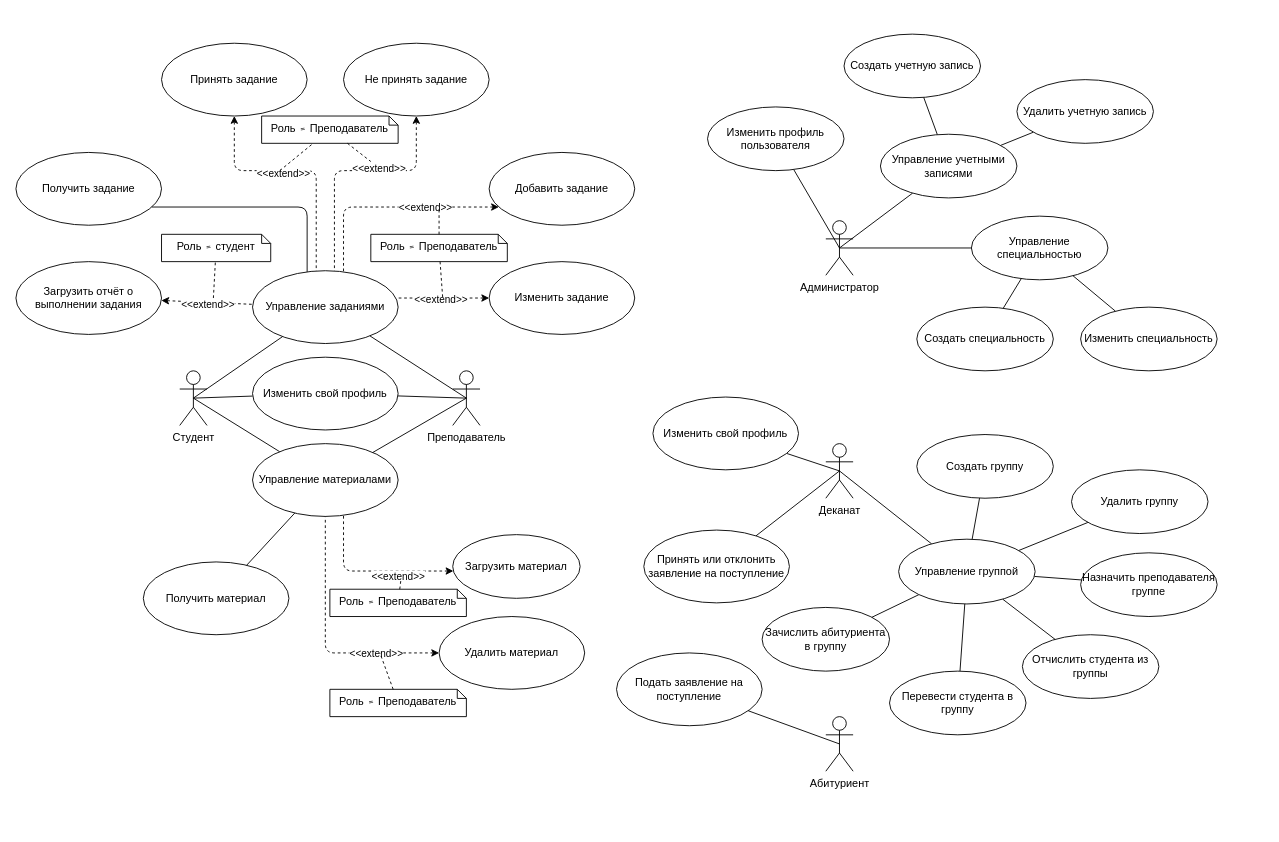
Before: Fundamentals_of_Software_Engineering/doc/2 anal/диаграмма прецедентов.drawio in Lichuhah/SUAI_5sem, a draw.io diagram. Source tidied: cells renumbered, new cells numbered last; positions are measured from the earlier drawing's top-left corner, leaving out a move shared by most shapes. Both pictures are drawn from the tidied source at 91%, with x=0, y=0 at pixel (15, 34).
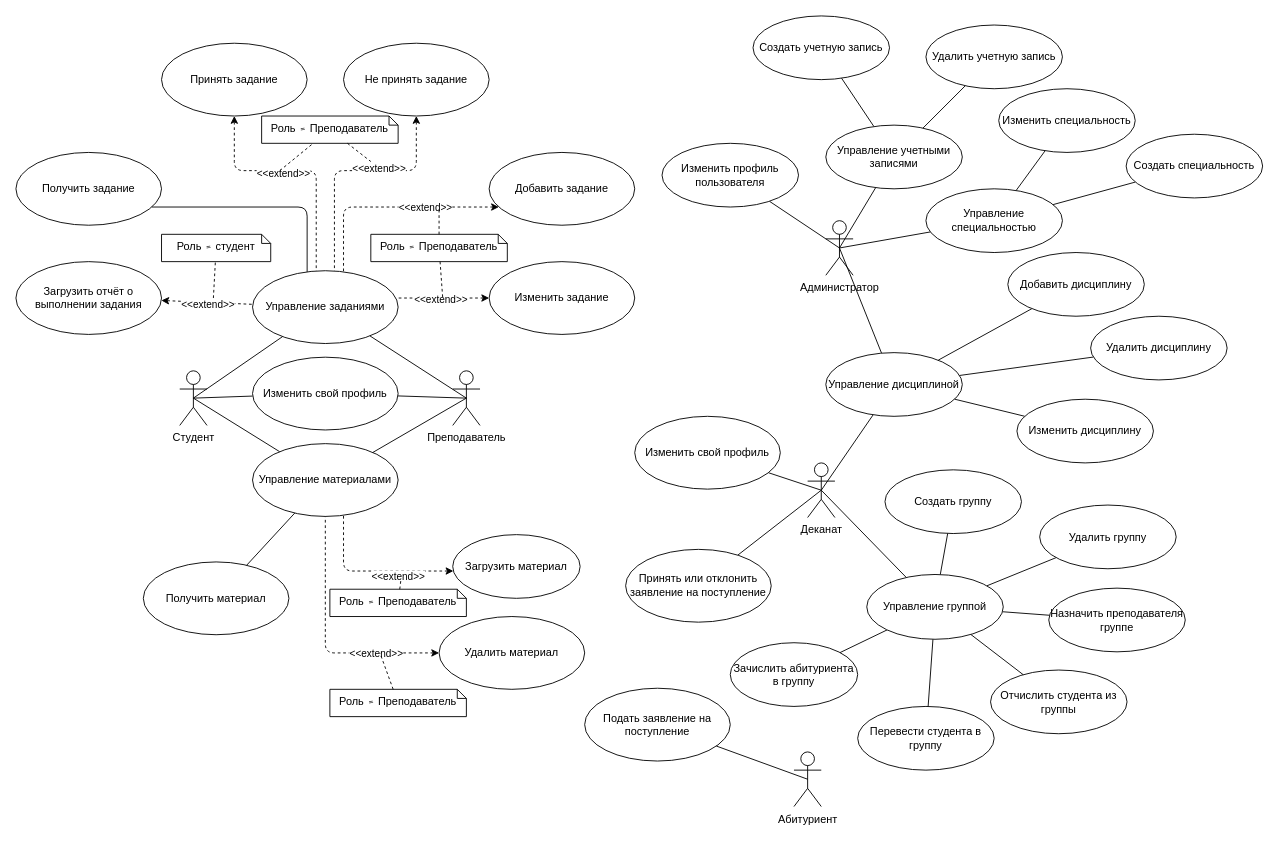
The same diagram, later.

Commit message (it also covers changes not shown here):
Добавил управление дисциплин в use-case и допилил документ №1 (Надеюсь)

The change refers to these unchanged cells:
```xml
<mxCell id="3" value="Администратор" style="shape=umlActor;verticalLabelPosition=bottom;verticalAlign=top;html=1;outlineConnect=0;" parent="1" vertex="1">
  <mxGeometry x="890" y="205" width="30" height="60" as="geometry" />
</mxCell>
```

The edit, as a diff of the source:
```diff
@@
     <mxCell id="6" value="Абитуриент" style="shape=umlActor;verticalLabelPosition=bottom;verticalAlign=top;html=1;outlineConnect=0;" parent="1" vertex="1">
-      <mxGeometry x="890" y="750" width="30" height="60" as="geometry" />
+      <mxGeometry x="855" y="788.8" width="30" height="60" as="geometry" />
     </mxCell>
     <mxCell id="7" value="Деканат" style="shape=umlActor;verticalLabelPosition=bottom;verticalAlign=top;html=1;outlineConnect=0;" parent="1" vertex="1">
-      <mxGeometry x="890" y="450" width="30" height="60" as="geometry" />
+      <mxGeometry x="870" y="471.2" width="30" height="60" as="geometry" />
     </mxCell>
@@
     <mxCell id="11" value="Создать группу" style="ellipse;whiteSpace=wrap;html=1;" parent="1" vertex="1">
-      <mxGeometry x="990" y="440" width="150" height="70" as="geometry" />
+      <mxGeometry x="955" y="478.8" width="150" height="70" as="geometry" />
     </mxCell>
     <mxCell id="12" value="&lt;div&gt;Отчислить студента из группы&lt;/div&gt;" style="ellipse;whiteSpace=wrap;html=1;" parent="1" vertex="1">
-      <mxGeometry x="1106" y="660" width="150" height="70" as="geometry" />
+      <mxGeometry x="1071" y="698.8" width="150" height="70" as="geometry" />
     </mxCell>
     <mxCell id="13" value="Зачислить абитуриента в группу " style="ellipse;whiteSpace=wrap;html=1;" parent="1" vertex="1">
-      <mxGeometry x="820" y="630" width="140" height="70" as="geometry" />
+      <mxGeometry x="785" y="668.8" width="140" height="70" as="geometry" />
     </mxCell>
     <mxCell id="14" value="Назначить преподавателя группе" style="ellipse;whiteSpace=wrap;html=1;" parent="1" vertex="1">
-      <mxGeometry x="1170" y="570" width="150" height="70" as="geometry" />
+      <mxGeometry x="1135" y="608.8" width="150" height="70" as="geometry" />
     </mxCell>
     <mxCell id="15" value="Подать заявление на поступление " style="ellipse;whiteSpace=wrap;html=1;" parent="1" vertex="1">
-      <mxGeometry x="660" y="680" width="160" height="80" as="geometry" />
+      <mxGeometry x="625" y="718.8" width="160" height="80" as="geometry" />
     </mxCell>
@@
     <mxCell id="58" value="Принять или отклонить заявление на поступление" style="ellipse;whiteSpace=wrap;html=1;" parent="1" vertex="1">
-      <mxGeometry x="690" y="545" width="160" height="80" as="geometry" />
+      <mxGeometry x="670" y="566.2" width="160" height="80" as="geometry" />
     </mxCell>
@@
     <mxCell id="66" value="Управление группой" style="ellipse;whiteSpace=wrap;html=1;" parent="1" vertex="1">
-      <mxGeometry x="970" y="555" width="150" height="71.2" as="geometry" />
+      <mxGeometry x="935" y="593.8" width="150" height="71.2" as="geometry" />
     </mxCell>
     <mxCell id="67" value="Удалить группу" style="ellipse;whiteSpace=wrap;html=1;" parent="1" vertex="1">
-      <mxGeometry x="1160" y="478.8" width="150" height="70" as="geometry" />
+      <mxGeometry x="1125" y="517.5" width="150" height="70" as="geometry" />
     </mxCell>
     <mxCell id="68" value="Перевести студента в группу" style="ellipse;whiteSpace=wrap;html=1;" parent="1" vertex="1">
-      <mxGeometry x="960" y="700" width="150" height="70" as="geometry" />
+      <mxGeometry x="925" y="738.8" width="150" height="70" as="geometry" />
     </mxCell>
@@
     <mxCell id="70" value="Управление специальностью" style="ellipse;whiteSpace=wrap;html=1;" parent="1" vertex="1">
-      <mxGeometry x="1050" y="200" width="150" height="70" as="geometry" />
+      <mxGeometry x="1000" y="170" width="150" height="70" as="geometry" />
     </mxCell>
@@
     <mxCell id="72" value="Создать специальность" style="ellipse;whiteSpace=wrap;html=1;" parent="1" vertex="1">
-      <mxGeometry x="990" y="300" width="150" height="70" as="geometry" />
+      <mxGeometry x="1220" y="110" width="150" height="70" as="geometry" />
     </mxCell>
@@
     <mxCell id="74" value="Изменить специальность" style="ellipse;whiteSpace=wrap;html=1;" parent="1" vertex="1">
-      <mxGeometry x="1170" y="300" width="150" height="70" as="geometry" />
+      <mxGeometry x="1080" y="60" width="150" height="70" as="geometry" />
     </mxCell>
@@
     <mxCell id="78" value="Управление учетными записями" style="ellipse;whiteSpace=wrap;html=1;" parent="1" vertex="1">
-      <mxGeometry x="950" y="110" width="150" height="70" as="geometry" />
+      <mxGeometry x="890" y="100" width="150" height="70" as="geometry" />
     </mxCell>
     <mxCell id="79" value="Создать учетную запись" style="ellipse;whiteSpace=wrap;html=1;" parent="1" vertex="1">
-      <mxGeometry x="910" width="150" height="70" as="geometry" />
+      <mxGeometry x="810" y="-20" width="150" height="70" as="geometry" />
     </mxCell>
     <mxCell id="80" value="Удалить учетную запись" style="ellipse;whiteSpace=wrap;html=1;" parent="1" vertex="1">
-      <mxGeometry x="1100" y="50" width="150" height="70" as="geometry" />
+      <mxGeometry x="1000" y="-10" width="150" height="70" as="geometry" />
     </mxCell>
@@
     <mxCell id="85" value="Изменить профиль пользователя" style="ellipse;whiteSpace=wrap;html=1;" parent="1" vertex="1">
-      <mxGeometry x="760" y="80" width="150" height="70" as="geometry" />
+      <mxGeometry x="710" y="120" width="150" height="70" as="geometry" />
     </mxCell>
@@
     <mxCell id="87" value="Изменить свой профиль" style="ellipse;whiteSpace=wrap;html=1;" parent="1" vertex="1">
-      <mxGeometry x="700" y="398.8" width="160" height="80" as="geometry" />
+      <mxGeometry x="680" y="420" width="160" height="80" as="geometry" />
     </mxCell>
+    <mxCell id="88" style="edgeStyle=none;rounded=0;jettySize=auto;html=1;entryX=0.5;entryY=0.5;entryDx=0;entryDy=0;entryPerimeter=0;endArrow=none;endFill=0;" parent="1" edge="1" source="90" target="3">
+      <mxGeometry relative="1" as="geometry" />
+    </mxCell>
+    <mxCell id="89" style="edgeStyle=none;rounded=0;jettySize=auto;html=1;entryX=0.5;entryY=0.5;entryDx=0;entryDy=0;entryPerimeter=0;endArrow=none;endFill=0;" parent="1" edge="1" source="90" target="7">
+      <mxGeometry relative="1" as="geometry" />
+    </mxCell>
+    <mxCell id="90" value="Управление дисциплиной" style="ellipse;whiteSpace=wrap;html=1;" parent="1" vertex="1">
+      <mxGeometry x="890" y="350" width="150" height="70" as="geometry" />
+    </mxCell>
+    <mxCell id="91" style="edgeStyle=none;rounded=0;jettySize=auto;html=1;endArrow=none;endFill=0;" parent="1" edge="1" source="92" target="90">
+      <mxGeometry relative="1" as="geometry" />
+    </mxCell>
+    <mxCell id="92" value="Добавить дисциплину" style="ellipse;whiteSpace=wrap;html=1;" parent="1" vertex="1">
+      <mxGeometry x="1090" y="240" width="150" height="70" as="geometry" />
+    </mxCell>
+    <mxCell id="93" style="rounded=0;jettySize=auto;html=1;endArrow=none;endFill=0;" parent="1" edge="1" source="94" target="90">
+      <mxGeometry relative="1" as="geometry" />
+    </mxCell>
+    <mxCell id="94" value="Удалить дисциплину" style="ellipse;whiteSpace=wrap;html=1;" parent="1" vertex="1">
+      <mxGeometry x="1181" y="310" width="150" height="70" as="geometry" />
+    </mxCell>
+    <mxCell id="95" style="edgeStyle=none;rounded=0;jettySize=auto;html=1;endArrow=none;endFill=0;" parent="1" edge="1" source="96" target="90">
+      <mxGeometry relative="1" as="geometry" />
+    </mxCell>
+    <mxCell id="96" value="Изменить дисциплину" style="ellipse;whiteSpace=wrap;html=1;" parent="1" vertex="1">
+      <mxGeometry x="1100" y="401.2" width="150" height="70" as="geometry" />
+    </mxCell>
```
